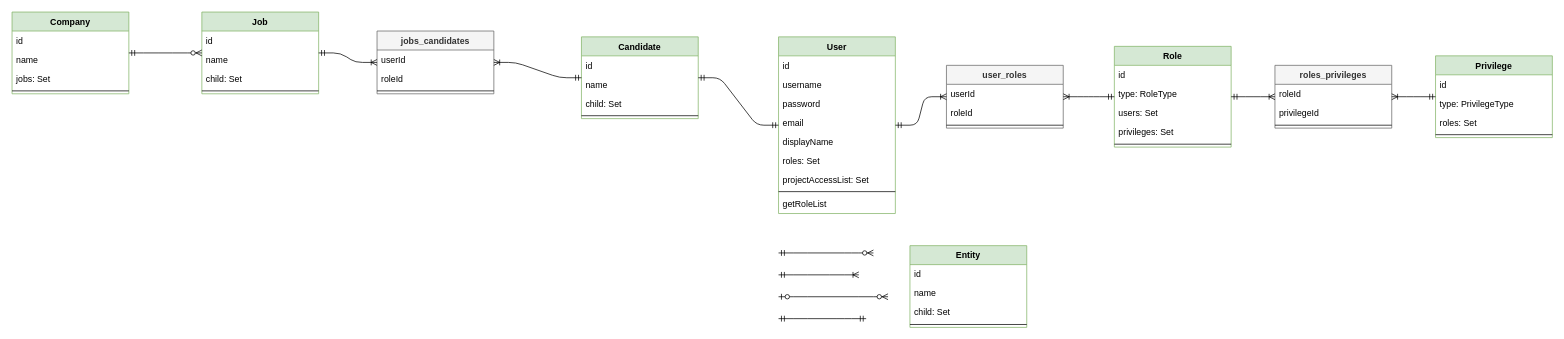
This is docs/3 infrastructure/database model.drawio from DavidIrm/hr-app, a draw.io file, before an edit. Source tidied: cells renumbered, new cells numbered last; positions are measured from the earlier drawing's top-left corner, leaving out a move shared by most shapes. Both pictures are drawn from the tidied source at 73%, with x=0, y=0 at pixel (12, 12).
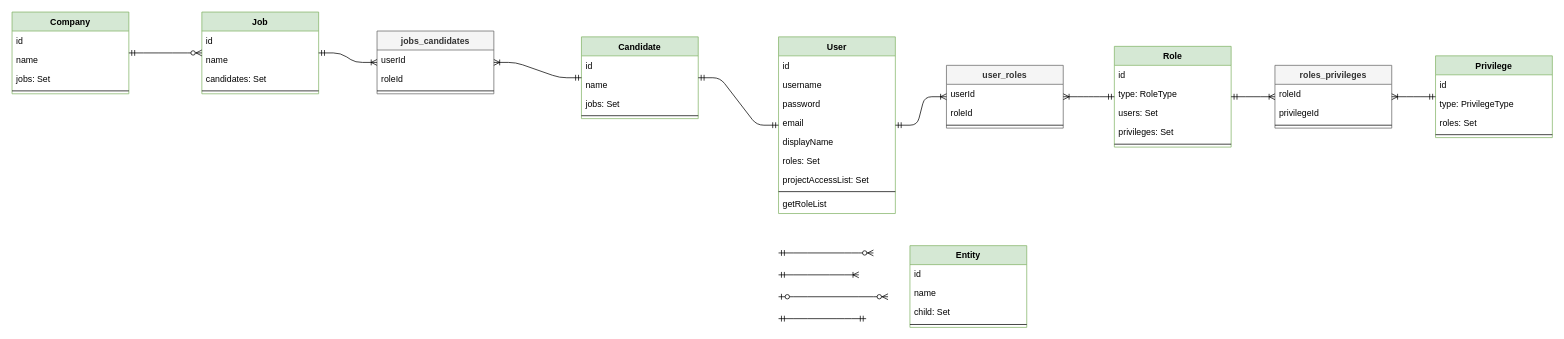
The same page after the edit.

Commit message (it also covers changes not shown here):
code review - find candidates for job

The change refers to these unchanged cells:
```xml
<mxCell id="38" value="Job" style="swimlane;fontStyle=1;align=center;verticalAlign=top;horizontal=1;startSize=26;fillColor=#d5e8d4;strokeColor=#82b366;" parent="1" vertex="1">
  <mxGeometry x="260" width="160" height="112" as="geometry" />
</mxCell>
<mxCell id="48" value="Candidate" style="swimlane;fontStyle=1;align=center;verticalAlign=top;horizontal=1;startSize=26;fillColor=#d5e8d4;strokeColor=#82b366;" parent="1" vertex="1">
  <mxGeometry x="780" y="34" width="160" height="112" as="geometry" />
</mxCell>
```

Change to the diagram source:
```diff
@@
-    <mxCell id="41" value="child: Set" style="text;strokeColor=none;fillColor=none;align=left;verticalAlign=top;spacingLeft=4;spacingRight=4;overflow=hidden;" parent="38" vertex="1">
+    <mxCell id="41" value="candidates: Set" style="text;strokeColor=none;fillColor=none;align=left;verticalAlign=top;spacingLeft=4;spacingRight=4;overflow=hidden;" parent="38" vertex="1">
       <mxGeometry y="78" width="160" height="26" as="geometry" />
     </mxCell>
@@
-    <mxCell id="51" value="child: Set" style="text;strokeColor=none;fillColor=none;align=left;verticalAlign=top;spacingLeft=4;spacingRight=4;overflow=hidden;" parent="48" vertex="1">
+    <mxCell id="51" value="jobs: Set" style="text;strokeColor=none;fillColor=none;align=left;verticalAlign=top;spacingLeft=4;spacingRight=4;overflow=hidden;" parent="48" vertex="1">
       <mxGeometry y="78" width="160" height="26" as="geometry" />
     </mxCell>
```
